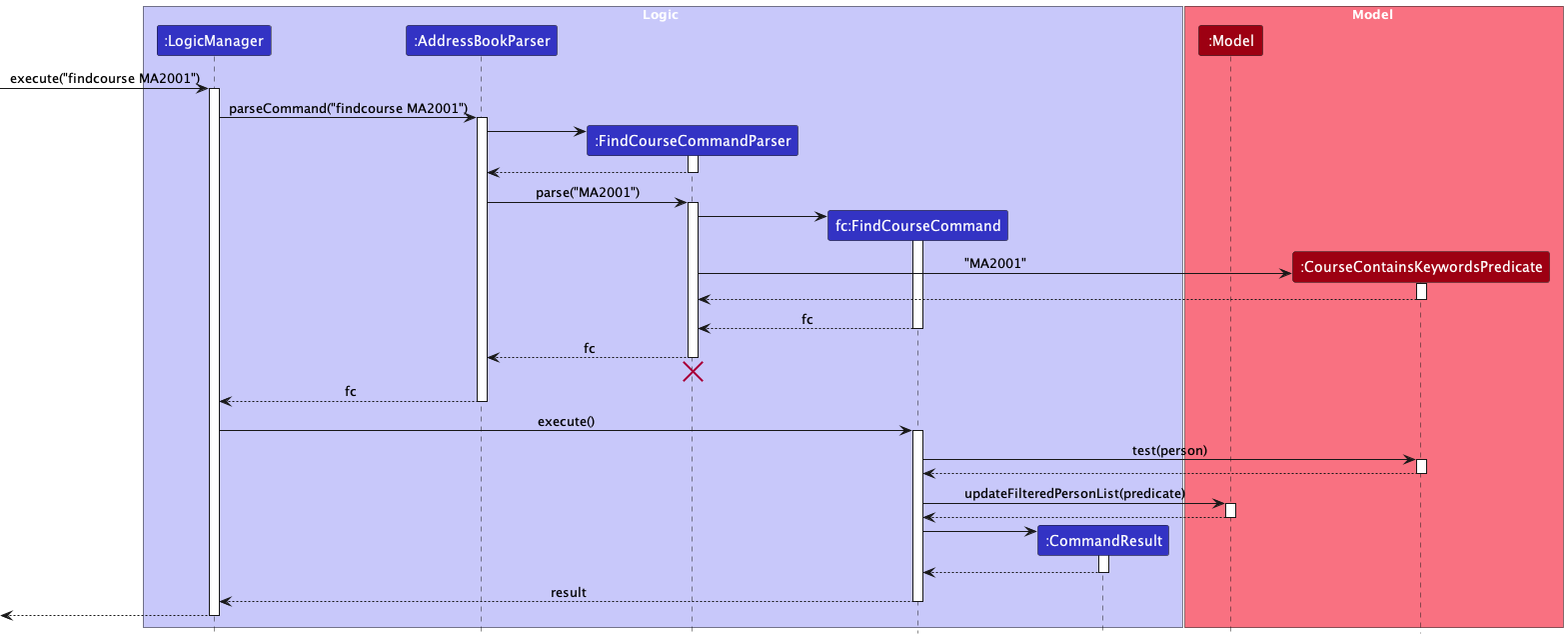
Earlier version of the PlantUML export docs/images/FindcourseSequenceDiagram.png (tanteckfang/tp).
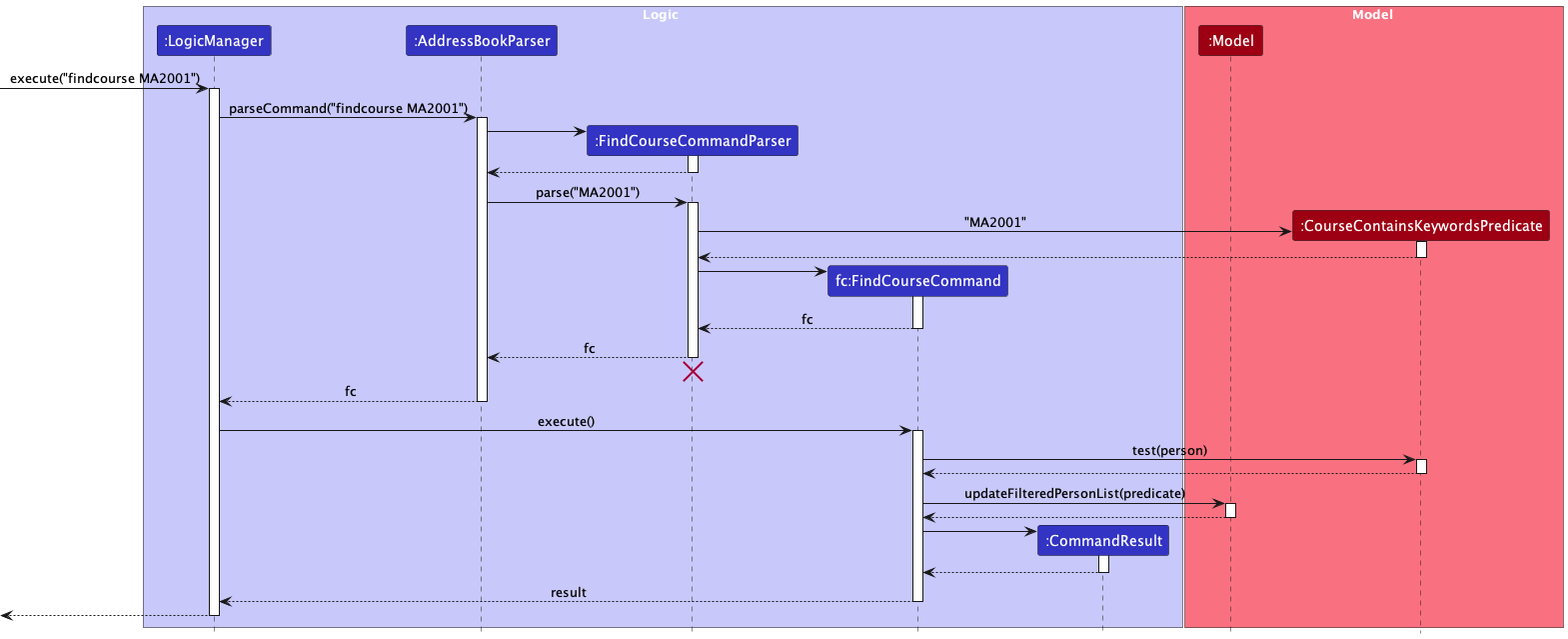
After the commit.

Diff of the diagram source:
```diff
@@ -31,17 +31,16 @@
 AddressBookParser -> FindCourseCommandParser : parse("MA2001")
 activate FindCourseCommandParser
 
-
-create FindCourseCommand
-FindCourseCommandParser -> FindCourseCommand
-activate FindCourseCommand
-
 create CoursePredicate
 FindCourseCommandParser -> CoursePredicate : "MA2001"
 activate CoursePredicate
 
 CoursePredicate --> FindCourseCommandParser
 deactivate CoursePredicate
+
+create FindCourseCommand
+FindCourseCommandParser -> FindCourseCommand
+activate FindCourseCommand
 
 FindCourseCommand --> FindCourseCommandParser : fc
 deactivate FindCourseCommand
```
